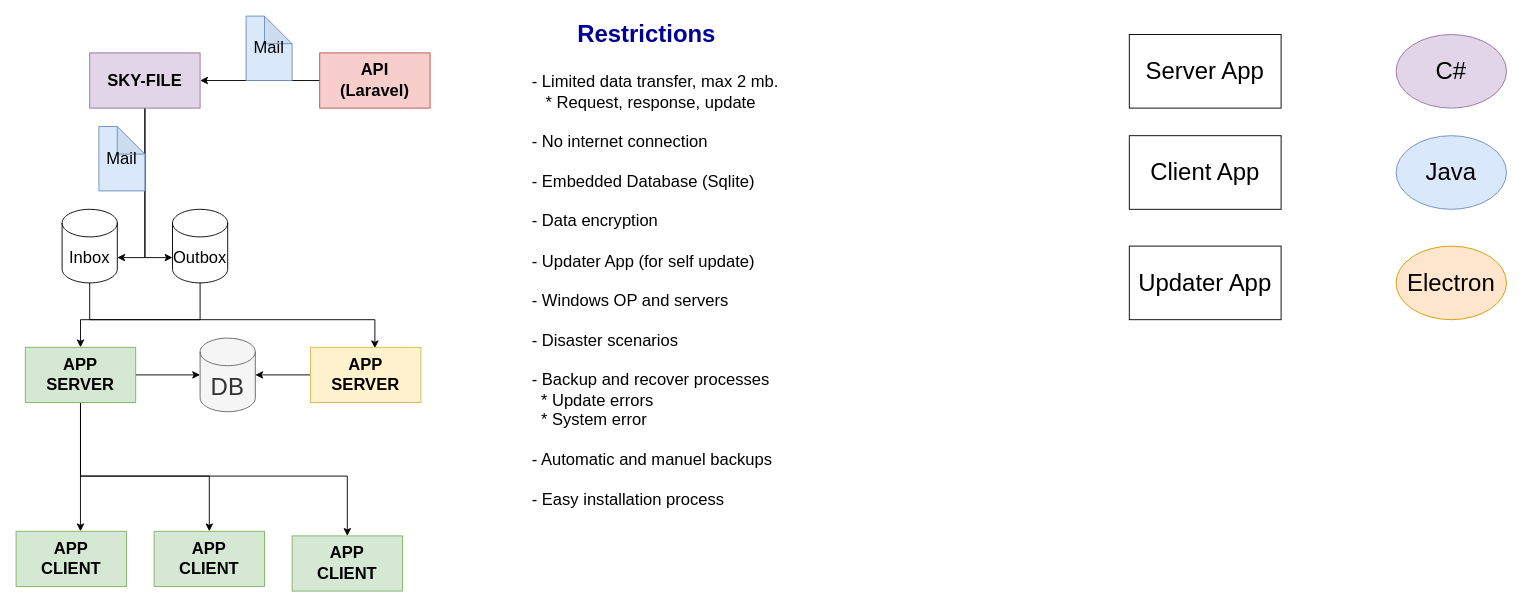
Above: page "Desktio App" (6 of 8) of mrvtool.drawio in dagistan-tuncbilek/tasarimlar (draw.io), before the change. Source tidied: cells renumbered, new cells numbered last; positions are measured from the earlier drawing's top-left corner, leaving out a move shared by most shapes. Both pictures are drawn from the tidied source at 92%, with x=0, y=0 at pixel (16, 16).
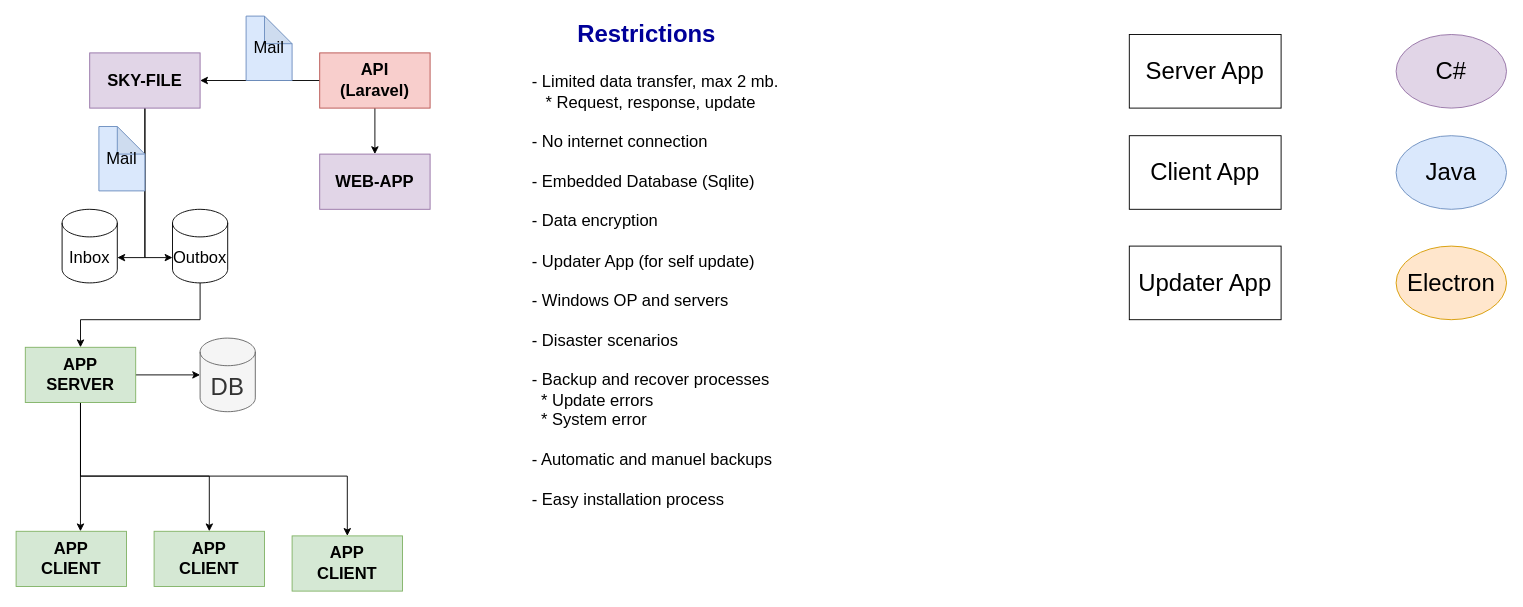
After the change.

Unchanged cells that the change refers to:
```xml
<mxCell id="3" value="&lt;div&gt;API&lt;/div&gt;&lt;div&gt;(Laravel)&lt;br&gt;&lt;/div&gt;" style="rounded=0;whiteSpace=wrap;html=1;fontStyle=1;fontSize=18;fillColor=#f8cecc;strokeColor=#b85450;" parent="1" vertex="1">
  <mxGeometry x="330" y="40" width="120" height="60" as="geometry" />
</mxCell>
<mxCell id="15" value="Inbox" style="shape=cylinder3;whiteSpace=wrap;html=1;boundedLbl=1;backgroundOutline=1;size=15;fontSize=18;" parent="1" vertex="1">
  <mxGeometry x="50" y="210" width="60" height="80" as="geometry" />
</mxCell>
<mxCell id="29" value="DB" style="shape=cylinder3;whiteSpace=wrap;html=1;boundedLbl=1;backgroundOutline=1;size=15;fontSize=26;verticalAlign=middle;fillColor=#f5f5f5;strokeColor=#666666;fontColor=#333333;" parent="1" vertex="1">
  <mxGeometry x="200" y="350" width="60" height="80" as="geometry" />
</mxCell>
```

Diff of the diagram source:
```diff
@@
+    <mxCell id="32" style="edgeStyle=orthogonalEdgeStyle;rounded=0;jettySize=auto;html=1;entryX=0.5;entryY=0;entryDx=0;entryDy=0;" parent="1" edge="1" source="3" target="33">
+      <mxGeometry relative="1" as="geometry" />
+    </mxCell>
@@
-    <mxCell id="14" style="edgeStyle=orthogonalEdgeStyle;rounded=0;jettySize=auto;html=1;entryX=0.583;entryY=0.017;entryDx=0;entryDy=0;entryPerimeter=0;" parent="1" edge="1" source="15" target="31">
-      <mxGeometry relative="1" as="geometry">
-        <Array as="points">
-          <mxPoint x="80" y="330" />
-          <mxPoint x="390" y="330" />
-        </Array>
-      </mxGeometry>
-    </mxCell>
@@
-    <mxCell id="30" style="edgeStyle=orthogonalEdgeStyle;rounded=0;jettySize=auto;html=1;entryX=1;entryY=0.5;entryDx=0;entryDy=0;entryPerimeter=0;" parent="1" edge="1" source="31" target="29">
-      <mxGeometry relative="1" as="geometry" />
-    </mxCell>
-    <mxCell id="31" value="&lt;div&gt;APP &lt;br&gt;&lt;/div&gt;&lt;div&gt;SERVER&lt;br&gt;&lt;/div&gt;" style="rounded=0;whiteSpace=wrap;html=1;fontStyle=1;fontSize=18;fillColor=#fff2cc;strokeColor=#d6b656;" parent="1" vertex="1">
-      <mxGeometry x="320" y="360" width="120" height="60" as="geometry" />
-    </mxCell>
+    <mxCell id="33" value="WEB-APP" style="rounded=0;whiteSpace=wrap;html=1;fontStyle=1;fontSize=18;fillColor=#e1d5e7;strokeColor=#9673a6;" parent="1" vertex="1">
+      <mxGeometry x="330" y="150" width="120" height="60" as="geometry" />
+    </mxCell>
```
